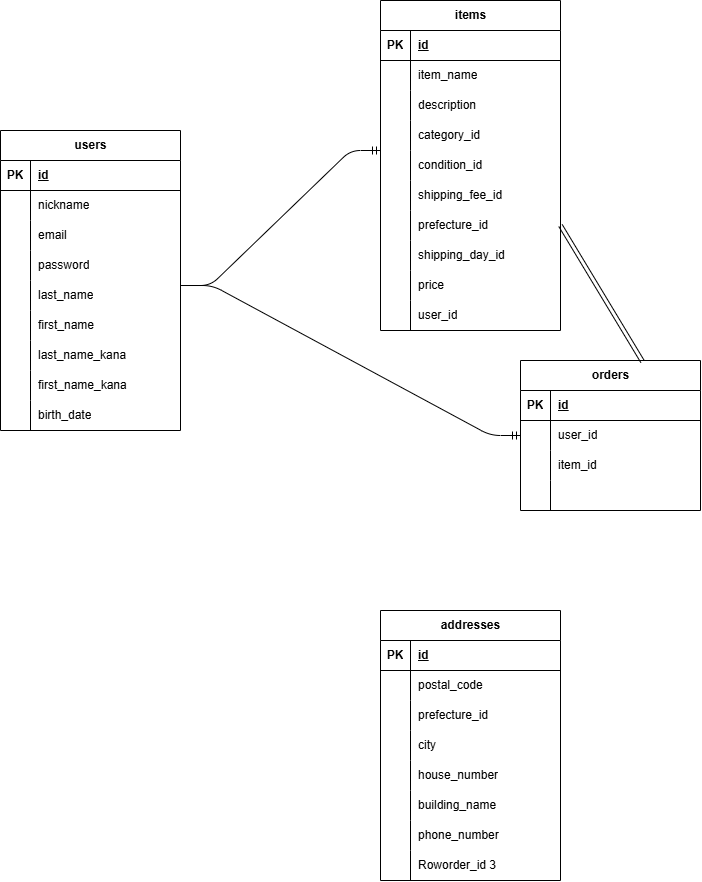
Above: furima.drawio.png in yuimusic551-hub/furima-46820 (draw.io), before the change. Source tidied: cells renumbered, new cells last; positions are measured from the earlier drawing's top-left corner, leaving out a move shared by most shapes.
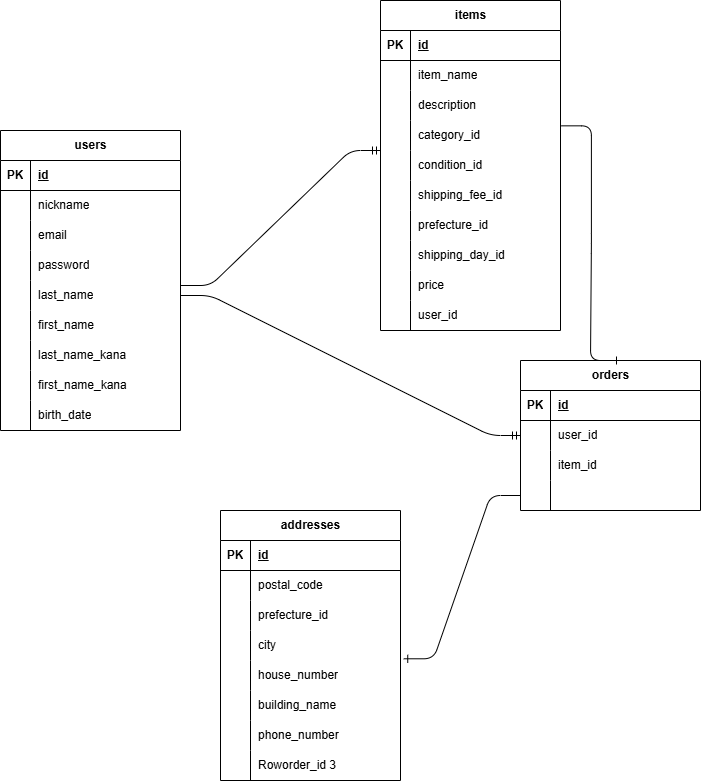
After the commit.

What changed in the source:
```diff
@@ -180,7 +180,7 @@
       <mxGeometry x="30" width="150" height="30" as="geometry" />
     </mxCell>
     <mxCell id="61" value="addresses" style="shape=table;startSize=30;rowLines=0;fontStyle=1;align=center;html=1;" parent="1" vertex="1">
-      <mxGeometry x="380" y="610" width="180" height="270" as="geometry" />
+      <mxGeometry x="220" y="510" width="180" height="270" as="geometry" />
     </mxCell>
     <mxCell id="62" style="shape=tableRow;horizontal=0;startSize=0;swimlaneHead=0;swimlaneBody=0;fillColor=none;top=0;left=0;right=0;bottom=1;" parent="61" vertex="1">
       <mxGeometry y="30" width="180" height="30" as="geometry" />
@@ -299,11 +299,16 @@
         <mxPoint x="380" y="150" as="targetPoint" />
       </mxGeometry>
     </mxCell>
-    <mxCell id="100" style="edgeStyle=entityRelationEdgeStyle;fontSize=12;html=1;endArrow=ERmandOne;exitX=1.011;exitY=0.167;exitDx=0;exitDy=0;exitPerimeter=0;entryX=0;entryY=0.5;entryDx=0;entryDy=0;" parent="1" edge="1" source="46" target="90">
+    <mxCell id="100" style="edgeStyle=entityRelationEdgeStyle;fontSize=12;html=1;endArrow=ERmandOne;exitX=1;exitY=0.5;exitDx=0;exitDy=0;entryX=0;entryY=0.5;entryDx=0;entryDy=0;" parent="1" edge="1" source="46" target="90">
       <mxGeometry relative="1" as="geometry" />
     </mxCell>
-    <mxCell id="101" style="edgeStyle=none;html=1;exitX=1;exitY=0.5;exitDx=0;exitDy=0;entryX=0.678;entryY=0.007;entryDx=0;entryDy=0;entryPerimeter=0;shape=link;" parent="1" edge="1" source="21" target="86">
-      <mxGeometry relative="1" as="geometry" />
-    </mxCell>
+    <mxCell id="102" style="edgeStyle=entityRelationEdgeStyle;fontSize=12;html=1;endArrow=ERone;endFill=1;exitX=1.005;exitY=0.178;exitDx=0;exitDy=0;exitPerimeter=0;" parent="1" edge="1" source="12">
+      <mxGeometry relative="1" as="geometry">
+        <mxPoint x="620" y="360" as="targetPoint" />
+      </mxGeometry>
+    </mxCell>
+    <mxCell id="103" style="edgeStyle=entityRelationEdgeStyle;fontSize=12;html=1;endArrow=ERone;endFill=1;entryX=1.018;entryY=-0.057;entryDx=0;entryDy=0;entryPerimeter=0;exitX=0;exitY=0.5;exitDx=0;exitDy=0;" parent="1" edge="1" source="96" target="74">
+      <mxGeometry relative="1" as="geometry" />
+    </mxCell>
   </root>
 </mxGraphModel>
```
